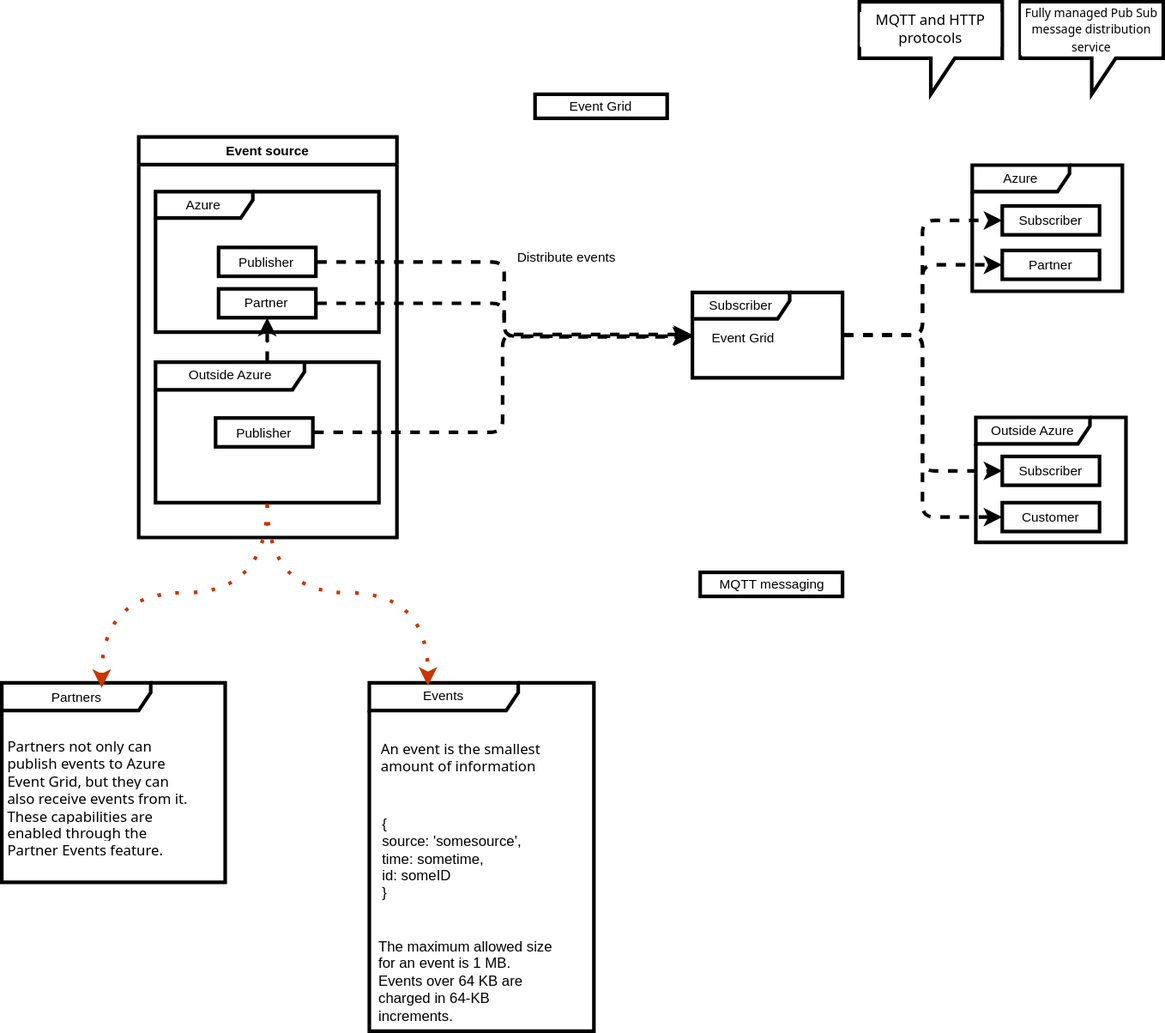
sunnybharne/draw.io keeps this draw.io diagram as azure/fundamentals/event-grid.drawio.svg. Above is the earlier version. Source tidied: cells renumbered, new cells last; positions are measured from the earlier drawing's top-left corner, leaving out a move shared by most shapes.
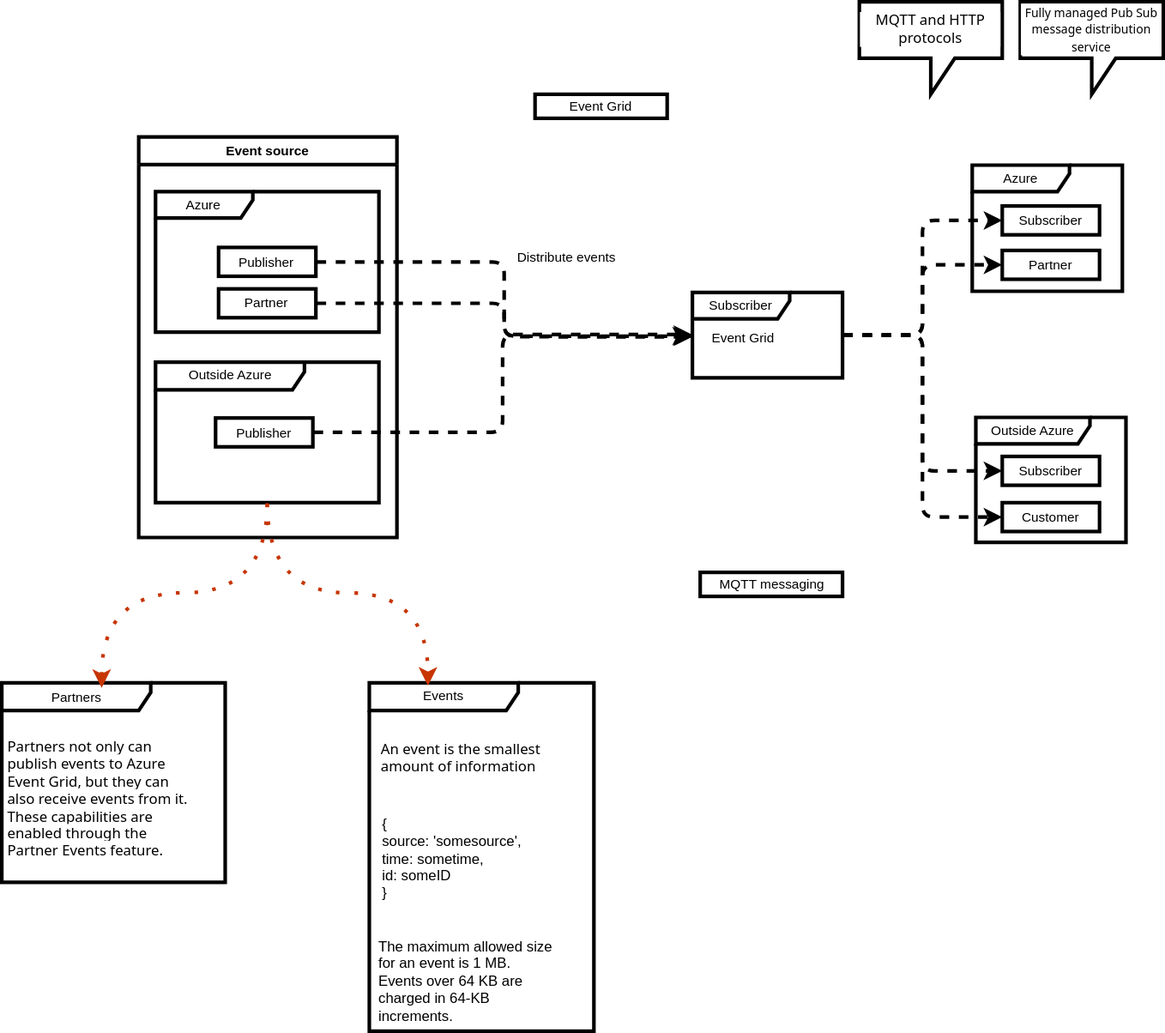
Above is the later version.

Diff of the diagram source:
```diff
@@ -14,9 +14,6 @@
     <mxCell id="5" value="Publisher" style="rounded=0;whiteSpace=wrap;html=1;fontFamily=Helvetica;fontSize=11;fontColor=default;labelBackgroundColor=default;strokeWidth=3;" parent="1" vertex="1">
       <mxGeometry x="178" y="346.5" width="81" height="24" as="geometry" />
     </mxCell>
-    <mxCell id="6" style="edgeStyle=orthogonalEdgeStyle;shape=connector;curved=0;rounded=1;jettySize=auto;html=1;strokeColor=default;strokeWidth=3;align=center;verticalAlign=middle;fontFamily=Helvetica;fontSize=11;fontColor=default;labelBackgroundColor=default;endArrow=classic;flowAnimation=1;" parent="1" edge="1" source="7" target="23">
-      <mxGeometry relative="1" as="geometry" />
-    </mxCell>
     <mxCell id="7" value="Outside Azure" style="shape=umlFrame;whiteSpace=wrap;html=1;fontFamily=Helvetica;fontSize=11;fontColor=default;labelBackgroundColor=default;strokeWidth=3;width=124;height=23;" parent="1" vertex="1">
       <mxGeometry x="128" y="300" width="186" height="117" as="geometry" />
     </mxCell>
```
